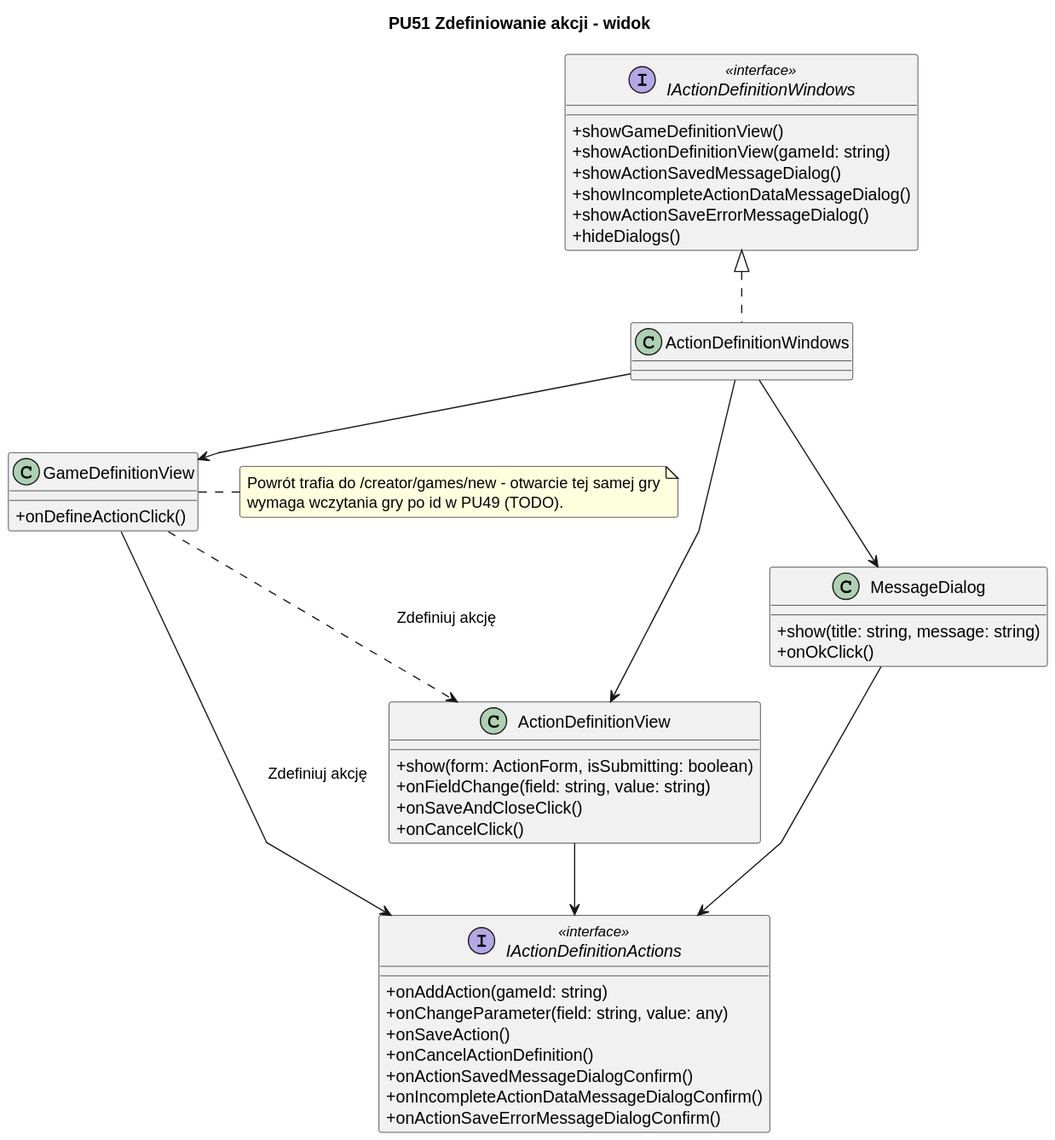
This is diagrams/frontend/rendered/action-definition-view.svg from Igor-Ochocki/POP-2026Z, a PlantUML export, as it was before one commit.
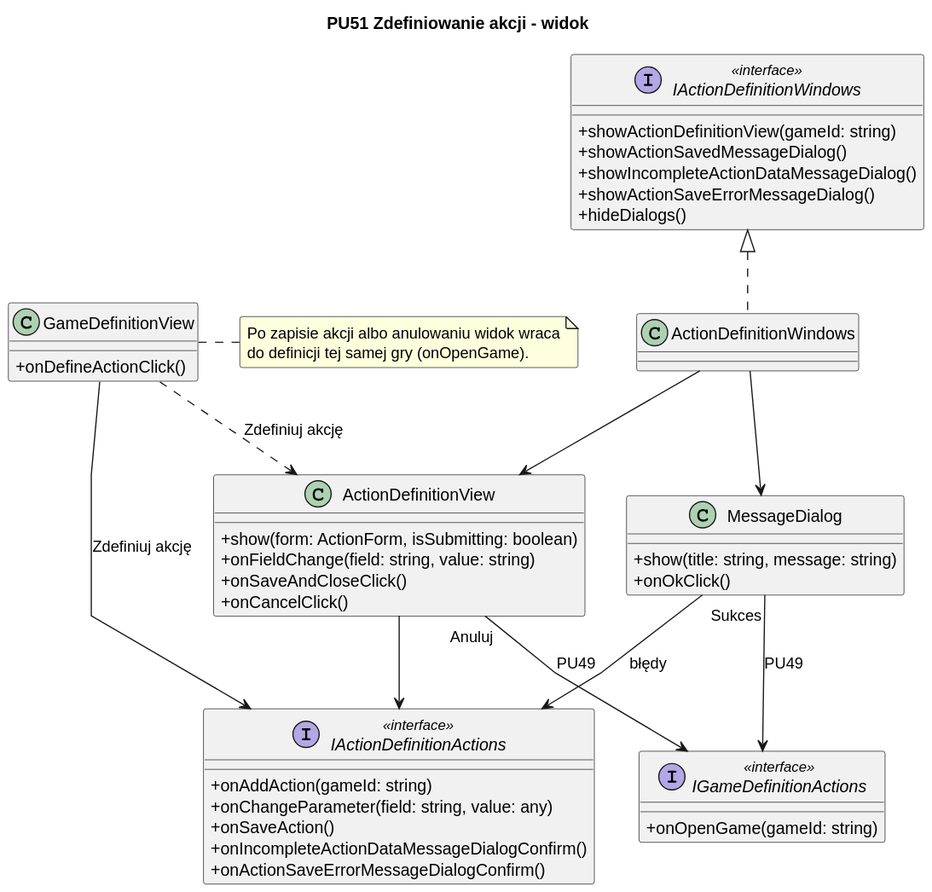
The same diagram one commit later.

Diff of the diagram source:
```diff
@@ -27,14 +27,11 @@
     + onAddAction(gameId: string)
     + onChangeParameter(field: string, value: any)
     + onSaveAction()
-    + onCancelActionDefinition()
-    + onActionSavedMessageDialogConfirm()
     + onIncompleteActionDataMessageDialogConfirm()
     + onActionSaveErrorMessageDialogConfirm()
 }
 
 interface IActionDefinitionWindows <<interface>> {
-    + showGameDefinitionView()
     + showActionDefinitionView(gameId: string)
     + showActionSavedMessageDialog()
     + showIncompleteActionDataMessageDialog()
@@ -42,21 +39,26 @@
     + hideDialogs()
 }
 
+interface IGameDefinitionActions <<interface>> {
+    + onOpenGame(gameId: string)
+}
+
 class ActionDefinitionWindows
 
 ActionDefinitionWindows .u.|> IActionDefinitionWindows
-ActionDefinitionWindows --> GameDefinitionView
 ActionDefinitionWindows --> ActionDefinitionView
 ActionDefinitionWindows --> MessageDialog
 
 GameDefinitionView --> IActionDefinitionActions : "Zdefiniuj akcję"
 ActionDefinitionView --> IActionDefinitionActions
-MessageDialog --> IActionDefinitionActions
+MessageDialog --> IActionDefinitionActions : błędy
+ActionDefinitionView --> IGameDefinitionActions : "Anuluj" (PU49)
+MessageDialog --> IGameDefinitionActions : "Sukces" (PU49)
 
 GameDefinitionView ..> ActionDefinitionView : "Zdefiniuj akcję"
 
 note right of GameDefinitionView
-    Powrót trafia do /creator/games/new - otwarcie tej samej gry
-    wymaga wczytania gry po id w PU49 (TODO).
+    Po zapisie akcji albo anulowaniu widok wraca
+    do definicji tej samej gry (onOpenGame).
 end note
 @enduml
```
